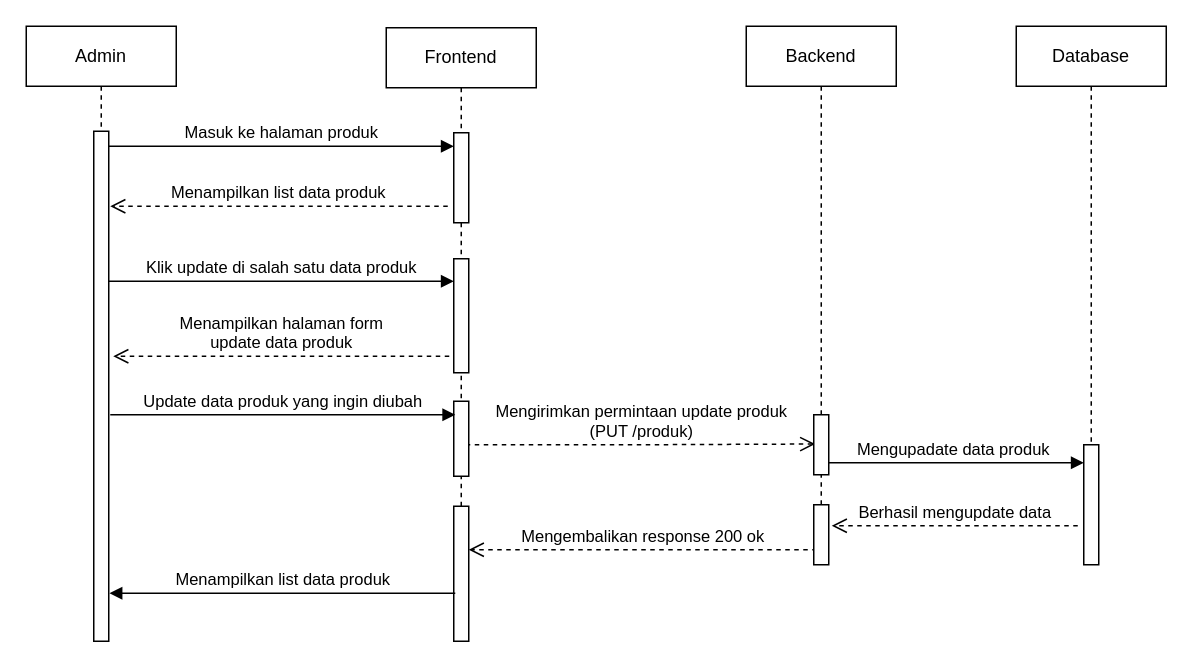
sintariaulia/Diagram keeps this draw.io diagram as page "Halaman-5" (5 of 5) of Sequence.drawio. Above is the earlier version. Source tidied: cells renumbered, new cells numbered last; positions are measured from the earlier drawing's top-left corner, leaving out a move shared by most shapes. Both pictures are drawn from the tidied source at 150%, with x=0, y=0 at pixel (26, 26).
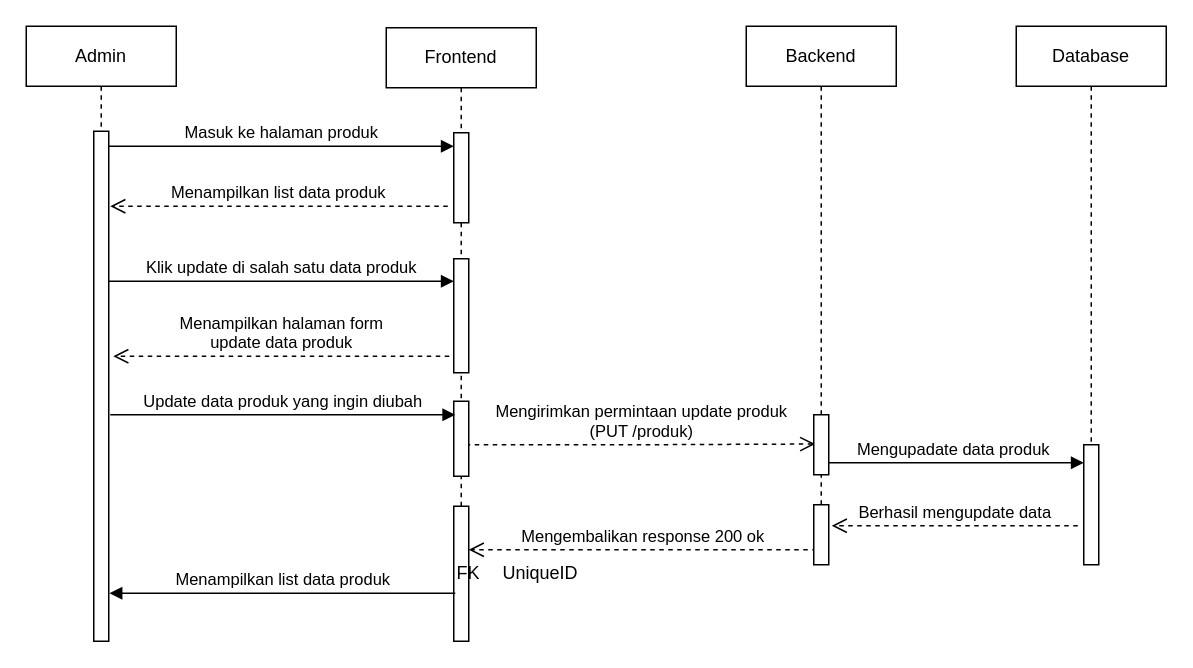
Above is the later version.

Commit message:
Pemutakhiran Sequence Produk.drawio

The edit, as a diff of the source:
```diff
@@
+    <mxCell id="24" style="shape=table;startSize=0;childLayout=tableLayout;rowLines=0;fontStyle=0;align=center;strokeColor=none;fillColor=none;" parent="1" vertex="1">
+      <mxGeometry x="280" y="350" width="180" height="30" as="geometry" />
+    </mxCell>
+    <mxCell id="25" style="shape=tableRow;horizontal=0;startSize=0;swimlaneHead=0;swimlaneBody=0;fillColor=none;top=0;left=0;right=0;bottom=0;" parent="24" vertex="1">
+      <mxGeometry width="180" height="30" as="geometry" />
+    </mxCell>
+    <mxCell id="26" value="FK" style="shape=partialRectangle;fillColor=none;top=0;left=0;bottom=0;right=0;fontStyle=0;overflow=hidden;whiteSpace=wrap;html=1;" parent="25" vertex="1">
+      <mxGeometry width="30" height="30" as="geometry" />
+    </mxCell>
+    <mxCell id="27" value="UniqueID" style="shape=partialRectangle;fillColor=none;top=0;left=0;bottom=0;right=0;align=left;spacingLeft=6;fontStyle=0;overflow=hidden;whiteSpace=wrap;html=1;" parent="25" vertex="1">
+      <mxGeometry x="30" width="150" height="30" as="geometry" />
+    </mxCell>
```
